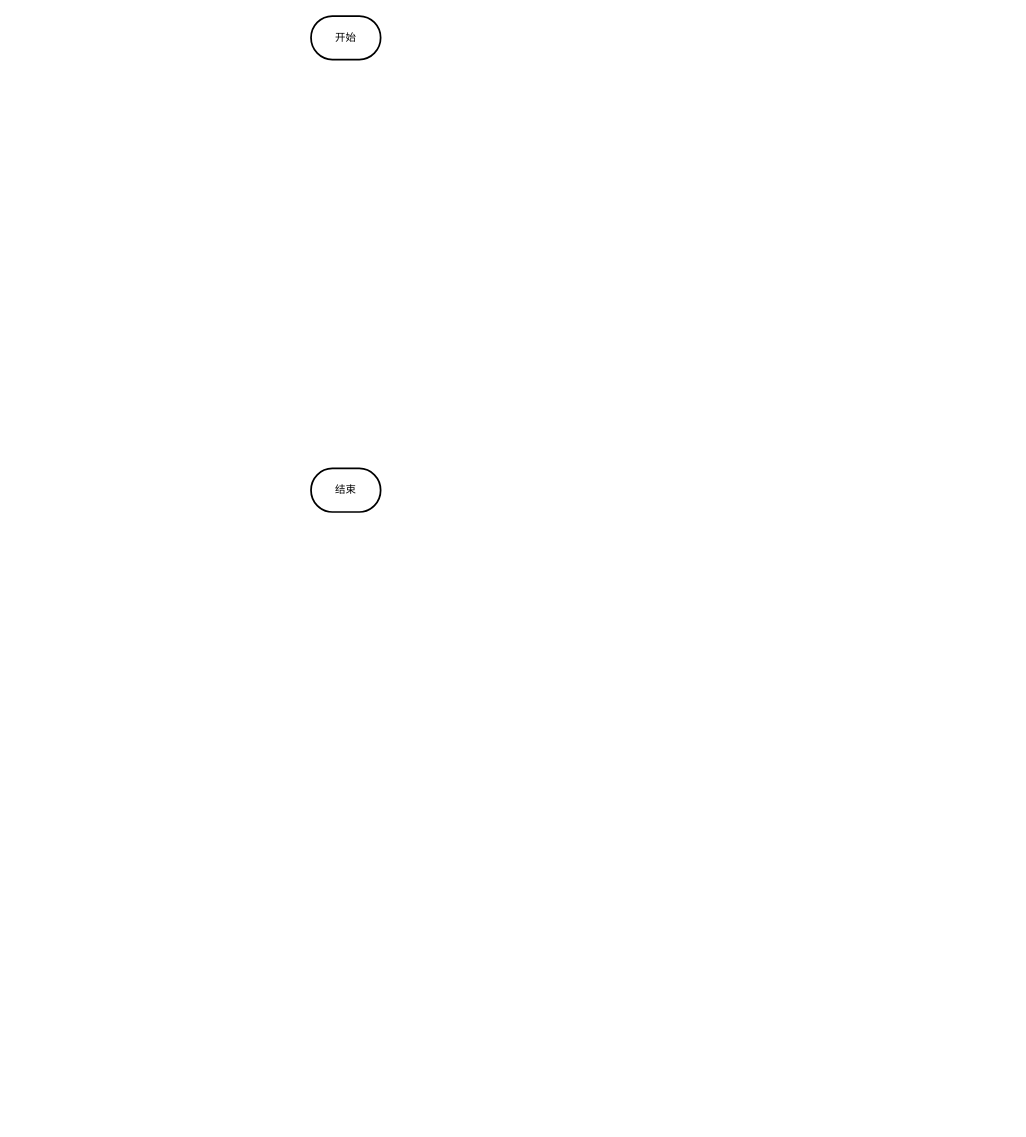
Before: 未命名绘图.drawio in Fleurxxx/vehicle-dispatch-figures, a draw.io diagram. Source tidied: cells renumbered, new cells numbered last; positions are measured from the earlier drawing's top-left corner, leaving out a move shared by most shapes. Both pictures are drawn from the tidied source at 87%, with x=0, y=0 at pixel (311, 16).
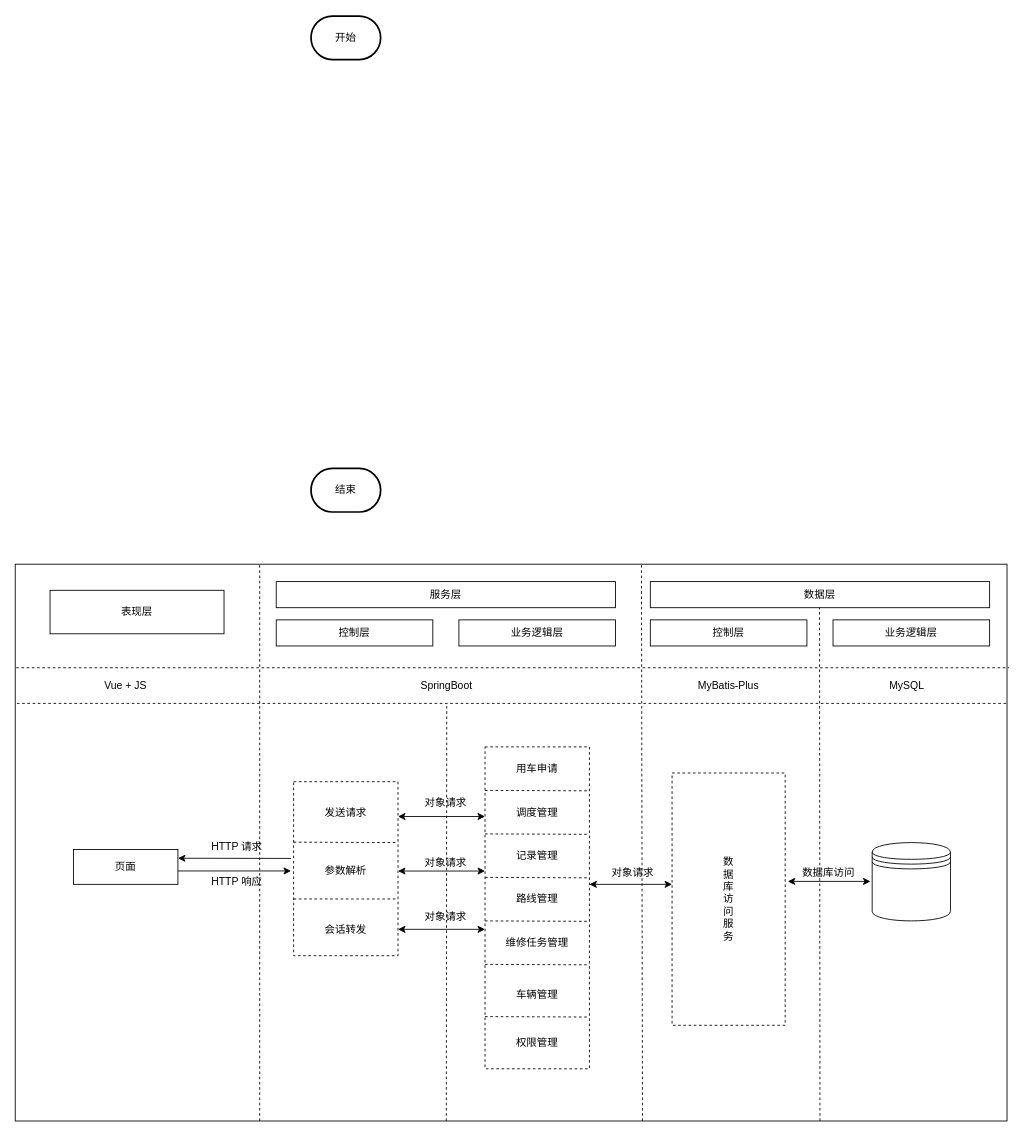
Above is the later version.

Commit message:
流程图+架构图.drawio

What changed in the source:
```diff
@@
+    <mxCell id="4" style="rounded=0;whiteSpace=wrap;html=1;" parent="1" vertex="1">
+      <mxGeometry x="-340" y="630" width="1140" height="640" as="geometry" />
+    </mxCell>
@@
+    <mxCell id="5" style="endArrow=none;dashed=1;html=1;rounded=0;exitX=0.25;exitY=1;exitDx=0;exitDy=0;entryX=0.25;entryY=0;entryDx=0;entryDy=0;" parent="1" edge="1">
+      <mxGeometry relative="1" as="geometry">
+        <mxPoint x="-59" y="1270" as="sourcePoint" />
+        <mxPoint x="-59" y="630" as="targetPoint" />
+      </mxGeometry>
+    </mxCell>
+    <mxCell id="6" style="endArrow=none;dashed=1;html=1;rounded=0;exitX=0.25;exitY=1;exitDx=0;exitDy=0;entryX=0.611;entryY=-0.002;entryDx=0;entryDy=0;entryPerimeter=0;" parent="1" edge="1">
+      <mxGeometry relative="1" as="geometry">
+        <mxPoint x="381" y="1270" as="sourcePoint" />
+        <mxPoint x="379.8" y="628.7" as="targetPoint" />
+      </mxGeometry>
+    </mxCell>
+    <mxCell id="7" value="服务层" style="rounded=0;whiteSpace=wrap;html=1;" parent="1" vertex="1">
+      <mxGeometry x="-40" y="650" width="390" height="30" as="geometry" />
+    </mxCell>
+    <mxCell id="8" value="数据层" style="rounded=0;whiteSpace=wrap;html=1;" parent="1" vertex="1">
+      <mxGeometry x="390" y="650" width="390" height="30" as="geometry" />
+    </mxCell>
+    <mxCell id="9" style="endArrow=none;dashed=1;html=1;rounded=0;exitX=0.001;exitY=0.186;exitDx=0;exitDy=0;exitPerimeter=0;entryX=1.002;entryY=0.186;entryDx=0;entryDy=0;entryPerimeter=0;" parent="1" edge="1" source="4" target="4">
+      <mxGeometry relative="1" as="geometry" />
+    </mxCell>
+    <mxCell id="10" value="控制层" style="rounded=0;whiteSpace=wrap;html=1;" parent="1" vertex="1">
+      <mxGeometry x="-40" y="694" width="180" height="30" as="geometry" />
+    </mxCell>
+    <mxCell id="11" value="业务逻辑层" style="rounded=0;whiteSpace=wrap;html=1;" parent="1" vertex="1">
+      <mxGeometry x="170" y="694" width="180" height="30" as="geometry" />
+    </mxCell>
+    <mxCell id="12" value="控制层" style="rounded=0;whiteSpace=wrap;html=1;" parent="1" vertex="1">
+      <mxGeometry x="390" y="694" width="180" height="30" as="geometry" />
+    </mxCell>
+    <mxCell id="13" value="业务逻辑层" style="rounded=0;whiteSpace=wrap;html=1;" parent="1" vertex="1">
+      <mxGeometry x="600" y="694" width="180" height="30" as="geometry" />
+    </mxCell>
+    <mxCell id="14" value="表现层" style="rounded=0;whiteSpace=wrap;html=1;" parent="1" vertex="1">
+      <mxGeometry x="-300" y="660" width="200" height="50" as="geometry" />
+    </mxCell>
+    <mxCell id="15" style="endArrow=none;dashed=1;html=1;rounded=0;entryX=1;entryY=0.25;entryDx=0;entryDy=0;" parent="1" edge="1" target="4">
+      <mxGeometry relative="1" as="geometry">
+        <mxPoint x="-338" y="790" as="sourcePoint" />
+      </mxGeometry>
+    </mxCell>
+    <mxCell id="16" value="Vue + JS" style="text;html=1;align=center;verticalAlign=middle;whiteSpace=wrap;rounded=0;" parent="1" vertex="1">
+      <mxGeometry x="-243" y="755" width="60" height="30" as="geometry" />
+    </mxCell>
+    <mxCell id="17" value="SpringBoot" style="text;html=1;align=center;verticalAlign=middle;whiteSpace=wrap;rounded=0;" parent="1" vertex="1">
+      <mxGeometry x="126" y="755" width="60" height="30" as="geometry" />
+    </mxCell>
+    <mxCell id="18" value="MyBatis-Plus" style="text;html=1;align=center;verticalAlign=middle;whiteSpace=wrap;rounded=0;" parent="1" vertex="1">
+      <mxGeometry x="435" y="755" width="90" height="30" as="geometry" />
+    </mxCell>
+    <mxCell id="19" value="MySQL" style="text;html=1;align=center;verticalAlign=middle;whiteSpace=wrap;rounded=0;" parent="1" vertex="1">
+      <mxGeometry x="640" y="755" width="90" height="30" as="geometry" />
+    </mxCell>
+    <mxCell id="20" style="endArrow=none;dashed=1;html=1;rounded=0;exitX=0.25;exitY=1;exitDx=0;exitDy=0;" parent="1" edge="1">
+      <mxGeometry relative="1" as="geometry">
+        <mxPoint x="155.5" y="1270" as="sourcePoint" />
+        <mxPoint x="156" y="790" as="targetPoint" />
+      </mxGeometry>
+    </mxCell>
+    <mxCell id="21" style="endArrow=none;dashed=1;html=1;rounded=0;" parent="1" edge="1">
+      <mxGeometry relative="1" as="geometry">
+        <mxPoint x="585" y="1270" as="sourcePoint" />
+        <mxPoint x="584.5" y="680" as="targetPoint" />
+      </mxGeometry>
+    </mxCell>
+    <mxCell id="22" value="数&lt;div&gt;据&lt;/div&gt;&lt;div&gt;&lt;span style=&quot;background-color: transparent; color: light-dark(rgb(0, 0, 0), rgb(255, 255, 255));&quot;&gt;库&lt;/span&gt;&lt;/div&gt;&lt;div&gt;访&lt;/div&gt;&lt;div&gt;问&lt;/div&gt;&lt;div&gt;服&lt;/div&gt;&lt;div&gt;务&lt;/div&gt;" style="rounded=0;whiteSpace=wrap;html=1;dashed=1;" parent="1" vertex="1">
+      <mxGeometry x="415" y="870" width="130" height="290" as="geometry" />
+    </mxCell>
+    <mxCell id="23" style="shape=datastore;whiteSpace=wrap;html=1;" parent="1" vertex="1">
+      <mxGeometry x="645" y="950" width="90" height="90" as="geometry" />
+    </mxCell>
+    <mxCell id="24" style="rounded=0;whiteSpace=wrap;html=1;dashed=1;" parent="1" vertex="1">
+      <mxGeometry x="200" y="840" width="120" height="370" as="geometry" />
+    </mxCell>
+    <mxCell id="25" style="rounded=0;whiteSpace=wrap;html=1;dashed=1;" parent="1" vertex="1">
+      <mxGeometry x="-20" y="880" width="120" height="200" as="geometry" />
+    </mxCell>
+    <mxCell id="26" style="endArrow=none;dashed=1;html=1;rounded=0;exitX=0;exitY=0.25;exitDx=0;exitDy=0;" parent="1" edge="1">
+      <mxGeometry relative="1" as="geometry">
+        <mxPoint x="-20" y="949.5" as="sourcePoint" />
+        <mxPoint x="100" y="950" as="targetPoint" />
+      </mxGeometry>
+    </mxCell>
+    <mxCell id="27" style="endArrow=none;dashed=1;html=1;rounded=0;exitX=0;exitY=0.25;exitDx=0;exitDy=0;entryX=1;entryY=0.25;entryDx=0;entryDy=0;" parent="1" edge="1">
+      <mxGeometry relative="1" as="geometry">
+        <mxPoint x="-20" y="1014.8" as="sourcePoint" />
+        <mxPoint x="100" y="1014.8" as="targetPoint" />
+      </mxGeometry>
+    </mxCell>
+    <mxCell id="28" style="endArrow=none;dashed=1;html=1;rounded=0;exitX=0;exitY=0.25;exitDx=0;exitDy=0;" parent="1" edge="1">
+      <mxGeometry relative="1" as="geometry">
+        <mxPoint x="200" y="890" as="sourcePoint" />
+        <mxPoint x="320" y="890.5" as="targetPoint" />
+      </mxGeometry>
+    </mxCell>
+    <mxCell id="29" style="endArrow=none;dashed=1;html=1;rounded=0;exitX=0;exitY=0.25;exitDx=0;exitDy=0;" parent="1" edge="1">
+      <mxGeometry relative="1" as="geometry">
+        <mxPoint x="200" y="940" as="sourcePoint" />
+        <mxPoint x="320" y="940.5" as="targetPoint" />
+      </mxGeometry>
+    </mxCell>
+    <mxCell id="30" style="endArrow=none;dashed=1;html=1;rounded=0;exitX=0;exitY=0.25;exitDx=0;exitDy=0;" parent="1" edge="1">
+      <mxGeometry relative="1" as="geometry">
+        <mxPoint x="200" y="990" as="sourcePoint" />
+        <mxPoint x="320" y="990.5" as="targetPoint" />
+      </mxGeometry>
+    </mxCell>
+    <mxCell id="31" style="endArrow=none;dashed=1;html=1;rounded=0;exitX=0;exitY=0.25;exitDx=0;exitDy=0;" parent="1" edge="1">
+      <mxGeometry relative="1" as="geometry">
+        <mxPoint x="200" y="1040" as="sourcePoint" />
+        <mxPoint x="320" y="1040.5" as="targetPoint" />
+      </mxGeometry>
+    </mxCell>
+    <mxCell id="32" style="endArrow=none;dashed=1;html=1;rounded=0;exitX=0;exitY=0.25;exitDx=0;exitDy=0;" parent="1" edge="1">
+      <mxGeometry relative="1" as="geometry">
+        <mxPoint x="200" y="1090" as="sourcePoint" />
+        <mxPoint x="320" y="1090.5" as="targetPoint" />
+      </mxGeometry>
+    </mxCell>
+    <mxCell id="33" style="endArrow=none;dashed=1;html=1;rounded=0;exitX=0;exitY=0.25;exitDx=0;exitDy=0;" parent="1" edge="1">
+      <mxGeometry relative="1" as="geometry">
+        <mxPoint x="200" y="1150" as="sourcePoint" />
+        <mxPoint x="320" y="1150.5" as="targetPoint" />
+      </mxGeometry>
+    </mxCell>
+    <mxCell id="34" value="发送请求" style="text;html=1;align=center;verticalAlign=middle;whiteSpace=wrap;rounded=0;" parent="1" vertex="1">
+      <mxGeometry x="10" y="901" width="60" height="30" as="geometry" />
+    </mxCell>
+    <mxCell id="35" value="参数解析" style="text;html=1;align=center;verticalAlign=middle;whiteSpace=wrap;rounded=0;" parent="1" vertex="1">
+      <mxGeometry x="10" y="968" width="60" height="30" as="geometry" />
+    </mxCell>
+    <mxCell id="36" value="会话转发" style="text;html=1;align=center;verticalAlign=middle;whiteSpace=wrap;rounded=0;" parent="1" vertex="1">
+      <mxGeometry x="10" y="1035" width="60" height="30" as="geometry" />
+    </mxCell>
+    <mxCell id="37" value="页面" style="rounded=0;whiteSpace=wrap;html=1;" parent="1" vertex="1">
+      <mxGeometry x="-273" y="958" width="120" height="40" as="geometry" />
+    </mxCell>
+    <mxCell id="38" style="endArrow=classic;html=1;rounded=0;" parent="1" edge="1">
+      <mxGeometry relative="1" as="geometry">
+        <mxPoint x="-23" y="968.2" as="sourcePoint" />
+        <mxPoint x="-153" y="968" as="targetPoint" />
+      </mxGeometry>
+    </mxCell>
+    <mxCell id="39" style="endArrow=classic;html=1;rounded=0;exitX=0;exitY=0.5;exitDx=0;exitDy=0;" parent="1" edge="1">
+      <mxGeometry relative="1" as="geometry">
+        <mxPoint x="-153" y="982.6" as="sourcePoint" />
+        <mxPoint x="-23" y="982.6" as="targetPoint" />
+      </mxGeometry>
+    </mxCell>
+    <mxCell id="40" value="HTTP 请求" style="text;html=1;align=center;verticalAlign=middle;whiteSpace=wrap;rounded=0;" parent="1" vertex="1">
+      <mxGeometry x="-120" y="940" width="70" height="30" as="geometry" />
+    </mxCell>
+    <mxCell id="41" value="HTTP 响应" style="text;html=1;align=center;verticalAlign=middle;whiteSpace=wrap;rounded=0;" parent="1" vertex="1">
+      <mxGeometry x="-120" y="980" width="70" height="30" as="geometry" />
+    </mxCell>
+    <mxCell id="42" style="endArrow=classic;startArrow=classic;html=1;rounded=0;" parent="1" edge="1">
+      <mxGeometry relative="1" as="geometry">
+        <mxPoint x="100" y="920" as="sourcePoint" />
+        <mxPoint x="200" y="920" as="targetPoint" />
+      </mxGeometry>
+    </mxCell>
+    <mxCell id="43" style="endArrow=classic;startArrow=classic;html=1;rounded=0;" parent="1" edge="1">
+      <mxGeometry relative="1" as="geometry">
+        <mxPoint x="100" y="982.7" as="sourcePoint" />
+        <mxPoint x="200" y="982.7" as="targetPoint" />
+      </mxGeometry>
+    </mxCell>
+    <mxCell id="44" style="endArrow=classic;startArrow=classic;html=1;rounded=0;" parent="1" edge="1">
+      <mxGeometry relative="1" as="geometry">
+        <mxPoint x="100" y="1049.7" as="sourcePoint" />
+        <mxPoint x="200" y="1049.7" as="targetPoint" />
+      </mxGeometry>
+    </mxCell>
+    <mxCell id="45" value="对象请求" style="text;html=1;align=center;verticalAlign=middle;whiteSpace=wrap;rounded=0;" parent="1" vertex="1">
+      <mxGeometry x="125" y="1020" width="60" height="30" as="geometry" />
+    </mxCell>
+    <mxCell id="46" value="对象请求" style="text;html=1;align=center;verticalAlign=middle;whiteSpace=wrap;rounded=0;" parent="1" vertex="1">
+      <mxGeometry x="125" y="958" width="60" height="30" as="geometry" />
+    </mxCell>
+    <mxCell id="47" value="对象请求" style="text;html=1;align=center;verticalAlign=middle;whiteSpace=wrap;rounded=0;" parent="1" vertex="1">
+      <mxGeometry x="125" y="890" width="60" height="30" as="geometry" />
+    </mxCell>
+    <mxCell id="48" style="endArrow=classic;startArrow=classic;html=1;rounded=0;startSize=6;" parent="1" edge="1">
+      <mxGeometry relative="1" as="geometry">
+        <mxPoint x="320" y="998" as="sourcePoint" />
+        <mxPoint x="415" y="998" as="targetPoint" />
+      </mxGeometry>
+    </mxCell>
+    <mxCell id="49" value="对象请求" style="text;html=1;align=center;verticalAlign=middle;whiteSpace=wrap;rounded=0;" parent="1" vertex="1">
+      <mxGeometry x="340" y="970" width="60" height="30" as="geometry" />
+    </mxCell>
+    <mxCell id="50" style="endArrow=classic;startArrow=classic;html=1;rounded=0;startSize=6;" parent="1" edge="1">
+      <mxGeometry relative="1" as="geometry">
+        <mxPoint x="548" y="994.6" as="sourcePoint" />
+        <mxPoint x="643" y="994.6" as="targetPoint" />
+      </mxGeometry>
+    </mxCell>
+    <mxCell id="51" value="数据库访问" style="text;html=1;align=center;verticalAlign=middle;whiteSpace=wrap;rounded=0;" parent="1" vertex="1">
+      <mxGeometry x="560" y="970" width="70" height="30" as="geometry" />
+    </mxCell>
+    <mxCell id="52" value="用车申请" style="text;html=1;align=center;verticalAlign=middle;whiteSpace=wrap;rounded=0;" parent="1" vertex="1">
+      <mxGeometry x="230" y="850" width="60" height="30" as="geometry" />
+    </mxCell>
+    <mxCell id="53" value="调度管理" style="text;html=1;align=center;verticalAlign=middle;whiteSpace=wrap;rounded=0;" parent="1" vertex="1">
+      <mxGeometry x="230" y="901" width="60" height="30" as="geometry" />
+    </mxCell>
+    <mxCell id="54" value="记录管理" style="text;html=1;align=center;verticalAlign=middle;whiteSpace=wrap;rounded=0;" parent="1" vertex="1">
+      <mxGeometry x="230" y="950" width="60" height="30" as="geometry" />
+    </mxCell>
+    <mxCell id="55" value="路线管理" style="text;html=1;align=center;verticalAlign=middle;whiteSpace=wrap;rounded=0;" parent="1" vertex="1">
+      <mxGeometry x="230" y="1000" width="60" height="30" as="geometry" />
+    </mxCell>
+    <mxCell id="56" value="维修任务管理" style="text;html=1;align=center;verticalAlign=middle;whiteSpace=wrap;rounded=0;" parent="1" vertex="1">
+      <mxGeometry x="220" y="1050" width="80" height="30" as="geometry" />
+    </mxCell>
+    <mxCell id="57" value="车辆管理" style="text;html=1;align=center;verticalAlign=middle;whiteSpace=wrap;rounded=0;" parent="1" vertex="1">
+      <mxGeometry x="230" y="1110" width="60" height="30" as="geometry" />
+    </mxCell>
+    <mxCell id="58" value="权限管理" style="text;html=1;align=center;verticalAlign=middle;whiteSpace=wrap;rounded=0;" parent="1" vertex="1">
+      <mxGeometry x="230" y="1165" width="60" height="30" as="geometry" />
+    </mxCell>
```
